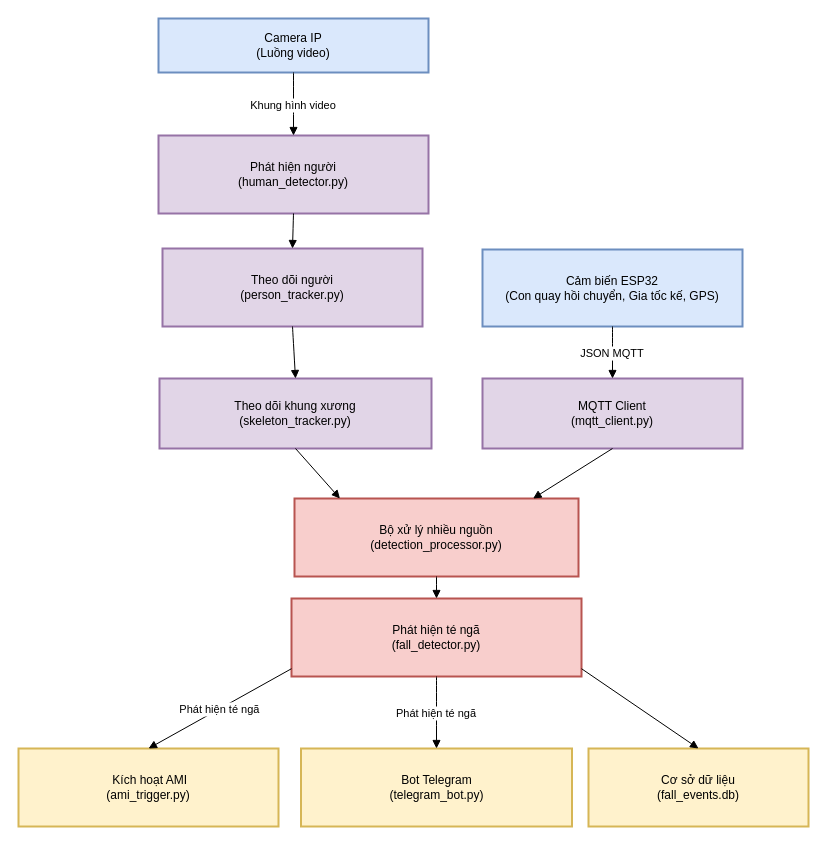
The draw.io diagram figures/server_flow.drawio in wikibird2024/thesis_latex, before the edit. Source tidied: cells renumbered, new cells numbered last; positions are measured from the earlier drawing's top-left corner, leaving out a move shared by most shapes. Both pictures are drawn from the tidied source at 100%, with x=0, y=0 at pixel (18, 18).
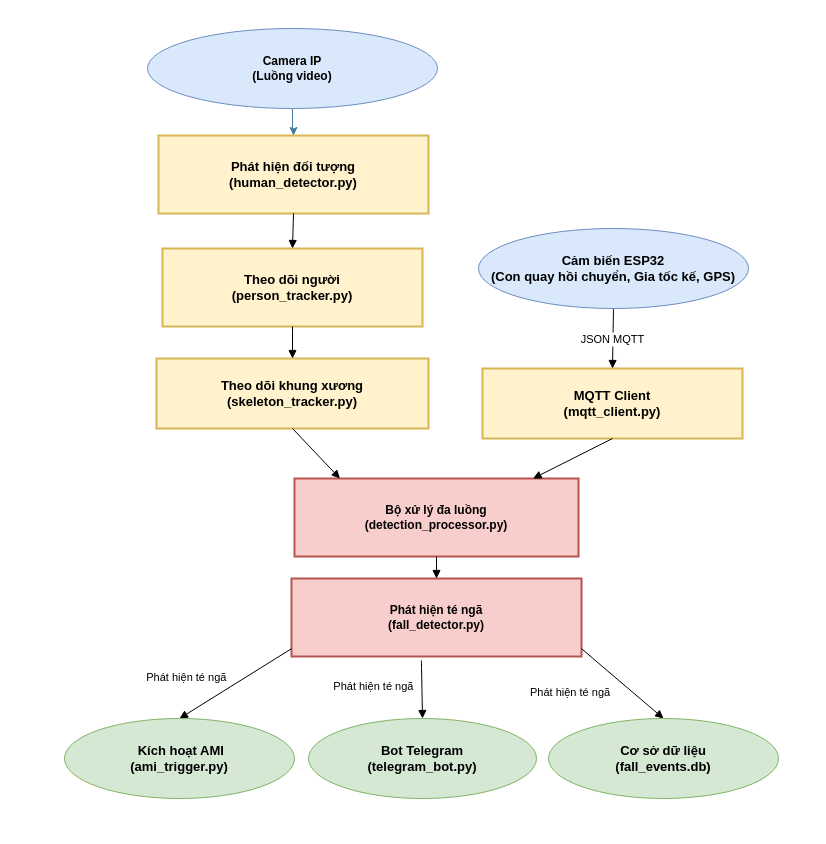
The same page after the edit.

What changed in the source:
```diff
@@
-    <mxCell id="2" value="Cảm biến ESP32&#10;(Con quay hồi chuyển, Gia tốc kế, GPS)" style="whiteSpace=wrap;strokeWidth=2;fillColor=#dae8fc;strokeColor=#6c8ebf;" parent="1" vertex="1">
-      <mxGeometry x="464" y="231" width="260" height="77" as="geometry" />
-    </mxCell>
-    <mxCell id="3" value="Camera IP&#10;(Luồng video)" style="whiteSpace=wrap;strokeWidth=2;fillColor=#dae8fc;strokeColor=#6c8ebf;" parent="1" vertex="1">
-      <mxGeometry x="140" width="270" height="54" as="geometry" />
-    </mxCell>
-    <mxCell id="4" value="MQTT Client&#10;(mqtt_client.py)" style="whiteSpace=wrap;strokeWidth=2;fillColor=#e1d5e7;strokeColor=#9673a6;" parent="1" vertex="1">
-      <mxGeometry x="464" y="360" width="260" height="70" as="geometry" />
+    <mxCell id="4" value="MQTT Client&#10;(mqtt_client.py)" style="whiteSpace=wrap;strokeWidth=2;fillColor=#fff2cc;strokeColor=#d6b656;fontSize=13;fontStyle=1;" parent="1" vertex="1">
+      <mxGeometry x="464" y="350" width="260" height="70" as="geometry" />
     </mxCell>
-    <mxCell id="5" value="Phát hiện người&#10;(human_detector.py)" style="whiteSpace=wrap;strokeWidth=2;fillColor=#e1d5e7;strokeColor=#9673a6;" parent="1" vertex="1">
+    <mxCell id="5" value="Phát hiện đối tượng&#10;(human_detector.py)" style="whiteSpace=wrap;strokeWidth=2;fillColor=#fff2cc;strokeColor=#d6b656;fontSize=13;fontStyle=1;" parent="1" vertex="1">
       <mxGeometry x="140" y="117" width="270" height="78" as="geometry" />
     </mxCell>
-    <mxCell id="6" value="Theo dõi khung xương&#10;(skeleton_tracker.py)" style="whiteSpace=wrap;strokeWidth=2;fillColor=#e1d5e7;strokeColor=#9673a6;" parent="1" vertex="1">
-      <mxGeometry x="141" y="360" width="272" height="70" as="geometry" />
+    <mxCell id="6" value="Theo dõi khung xương&#10;(skeleton_tracker.py)" style="whiteSpace=wrap;strokeWidth=2;fillColor=#fff2cc;strokeColor=#d6b656;fontStyle=1;fontSize=13;" parent="1" vertex="1">
+      <mxGeometry x="138" y="340" width="272" height="70" as="geometry" />
     </mxCell>
-    <mxCell id="7" value="Theo dõi người&#10;(person_tracker.py)" style="whiteSpace=wrap;strokeWidth=2;fillColor=#e1d5e7;strokeColor=#9673a6;" parent="1" vertex="1">
+    <mxCell id="7" value="Theo dõi người&#10;(person_tracker.py)" style="whiteSpace=wrap;strokeWidth=2;fillColor=#fff2cc;strokeColor=#d6b656;fontSize=13;fontStyle=1;" parent="1" vertex="1">
       <mxGeometry x="144" y="230" width="260" height="78" as="geometry" />
     </mxCell>
-    <mxCell id="8" value="Bộ xử lý nhiều nguồn&#10;(detection_processor.py)" style="whiteSpace=wrap;strokeWidth=2;fillColor=#f8cecc;strokeColor=#b85450;" parent="1" vertex="1">
-      <mxGeometry x="276" y="480" width="284" height="78" as="geometry" />
+    <mxCell id="8" value="Bộ xử lý đa luồng&#10;(detection_processor.py)" style="whiteSpace=wrap;strokeWidth=2;fillColor=#f8cecc;strokeColor=#b85450;fontStyle=1;" parent="1" vertex="1">
+      <mxGeometry x="276" y="460" width="284" height="78" as="geometry" />
     </mxCell>
-    <mxCell id="9" value="Phát hiện té ngã&#10;(fall_detector.py)" style="whiteSpace=wrap;strokeWidth=2;fillColor=#f8cecc;strokeColor=#b85450;" parent="1" vertex="1">
-      <mxGeometry x="273" y="580" width="290" height="78" as="geometry" />
+    <mxCell id="9" value="Phát hiện té ngã&#10;(fall_detector.py)" style="whiteSpace=wrap;strokeWidth=2;fillColor=#f8cecc;strokeColor=#b85450;fontStyle=1;" parent="1" vertex="1">
+      <mxGeometry x="273" y="560" width="290" height="78" as="geometry" />
     </mxCell>
-    <mxCell id="10" value=" Kích hoạt AMI&#10;(ami_trigger.py)" style="whiteSpace=wrap;strokeWidth=2;fillColor=#fff2cc;strokeColor=#d6b656;" parent="1" vertex="1">
-      <mxGeometry y="730" width="260" height="78" as="geometry" />
-    </mxCell>
-    <mxCell id="11" value="Bot Telegram&#10;(telegram_bot.py)" style="whiteSpace=wrap;strokeWidth=2;fillColor=#fff2cc;strokeColor=#d6b656;" parent="1" vertex="1">
-      <mxGeometry x="282.5" y="730" width="271" height="78" as="geometry" />
-    </mxCell>
-    <mxCell id="12" value="Cơ sở dữ liệu&#10;(fall_events.db)" style="whiteSpace=wrap;strokeWidth=2;fillColor=#fff2cc;strokeColor=#d6b656;" parent="1" vertex="1">
-      <mxGeometry x="570" y="730" width="220" height="78" as="geometry" />
-    </mxCell>
-    <mxCell id="13" value="JSON MQTT" style="curved=1;startArrow=none;endArrow=block;exitX=0.5;exitY=1;entryX=0.5;entryY=0;rounded=0;" parent="1" edge="1" source="2" target="4">
+    <mxCell id="13" value="JSON MQTT" style="curved=1;startArrow=none;endArrow=block;exitX=0.5;exitY=1;entryX=0.5;entryY=0;rounded=0;exitDx=0;exitDy=0;" parent="1" edge="1" source="2" target="4">
       <mxGeometry relative="1" as="geometry" />
     </mxCell>
-    <mxCell id="14" value="Khung hình video" style="curved=1;startArrow=none;endArrow=block;exitX=0.5;exitY=1;entryX=0.5;entryY=0;rounded=0;" parent="1" edge="1" source="3" target="5">
-      <mxGeometry relative="1" as="geometry" />
-    </mxCell>
@@
-    <mxCell id="20" value="Phát hiện té ngã" style="startArrow=none;endArrow=block;exitX=0;exitY=0.9;entryX=0.5;entryY=0;rounded=0;" parent="1" edge="1" source="9" target="10">
-      <mxGeometry relative="1" as="geometry" />
+    <mxCell id="20" value="Phát hiện té ngã" style="startArrow=none;endArrow=block;exitX=0;exitY=0.9;rounded=0;entryX=0.5;entryY=0;entryDx=0;entryDy=0;" parent="1" edge="1" source="9" target="10">
+      <mxGeometry x="0.58" y="-31" relative="1" as="geometry" />
     </mxCell>
-    <mxCell id="21" value="Phát hiện té ngã" style="curved=1;startArrow=none;endArrow=block;exitX=0.5;exitY=1;entryX=0.5;entryY=0;rounded=0;" parent="1" edge="1" source="9" target="11">
-      <mxGeometry relative="1" as="geometry" />
+    <mxCell id="21" value="Phát hiện té ngã" style="curved=1;startArrow=none;endArrow=block;entryX=0.5;entryY=0;rounded=0;entryDx=0;entryDy=0;exitX=0.448;exitY=1.051;exitDx=0;exitDy=0;exitPerimeter=0;" parent="1" edge="1" source="9" target="11">
+      <mxGeometry x="-0.15" y="-48" relative="1" as="geometry" />
     </mxCell>
-    <mxCell id="22" style="startArrow=none;endArrow=block;exitX=1;exitY=0.9;entryX=0.5;entryY=0;rounded=0;" parent="1" edge="1" source="9" target="12">
+    <mxCell id="22" style="startArrow=none;endArrow=block;exitX=1;exitY=0.9;entryX=0.5;entryY=0;rounded=0;entryDx=0;entryDy=0;" parent="1" edge="1" source="9" target="12">
       <mxGeometry relative="1" as="geometry" />
     </mxCell>
+    <mxCell id="14" style="edgeStyle=orthogonalEdgeStyle;rounded=0;jettySize=auto;html=1;entryX=0.5;entryY=0;entryDx=0;entryDy=0;strokeColor=#457B9D;fontColor=#0E1A2A;fillColor=#A8DADC;" parent="1" edge="1" source="3" target="5">
+      <mxGeometry relative="1" as="geometry" />
+    </mxCell>
+    <mxCell id="3" value="&lt;span style=&quot;color: rgb(0, 0, 0);&quot;&gt;Camera IP&lt;/span&gt;&lt;br style=&quot;padding: 0px; margin: 0px; color: rgb(0, 0, 0);&quot;&gt;&lt;span style=&quot;color: rgb(0, 0, 0);&quot;&gt;(Luồng video)&lt;/span&gt;" style="ellipse;whiteSpace=wrap;html=1;fontStyle=1;fillColor=#dae8fc;strokeColor=#6c8ebf;" parent="1" vertex="1">
+      <mxGeometry x="129" y="10" width="290" height="80" as="geometry" />
+    </mxCell>
+    <mxCell id="2" value="&lt;b&gt;&lt;span style=&quot;color: rgb(0, 0, 0); font-size: 13px;&quot;&gt;Cảm biến ESP32&lt;/span&gt;&lt;br style=&quot;padding: 0px; margin: 0px; color: rgb(0, 0, 0); font-size: 13px;&quot;&gt;&lt;span style=&quot;color: rgb(0, 0, 0); font-size: 13px;&quot;&gt;(Con quay hồi chuyển, Gia tốc kế, GPS)&lt;/span&gt;&lt;/b&gt;" style="ellipse;whiteSpace=wrap;html=1;strokeColor=#6c8ebf;fillColor=#dae8fc;" parent="1" vertex="1">
+      <mxGeometry x="460" y="210" width="270" height="80" as="geometry" />
+    </mxCell>
+    <mxCell id="10" value="&lt;b&gt;&lt;font style=&quot;font-size: 13px;&quot;&gt;&lt;span style=&quot;color: rgb(0, 0, 0);&quot;&gt;&amp;nbsp;Kích hoạt AMI&lt;/span&gt;&lt;br style=&quot;padding: 0px; margin: 0px; color: rgb(0, 0, 0);&quot;&gt;&lt;span style=&quot;color: rgb(0, 0, 0);&quot;&gt;(ami_trigger.py)&lt;/span&gt;&lt;/font&gt;&lt;/b&gt;" style="ellipse;whiteSpace=wrap;html=1;strokeColor=#82b366;fillColor=#d5e8d4;" parent="1" vertex="1">
+      <mxGeometry x="46" y="700" width="230" height="80" as="geometry" />
+    </mxCell>
+    <mxCell id="11" value="&lt;b&gt;&lt;font style=&quot;font-size: 13px;&quot;&gt;&lt;span style=&quot;color: rgb(0, 0, 0);&quot;&gt;Bot Telegram&lt;/span&gt;&lt;br style=&quot;padding: 0px; margin: 0px; color: rgb(0, 0, 0);&quot;&gt;&lt;span style=&quot;color: rgb(0, 0, 0);&quot;&gt;(telegram_bot.py)&lt;/span&gt;&lt;/font&gt;&lt;/b&gt;" style="ellipse;whiteSpace=wrap;html=1;strokeColor=#82b366;fillColor=#d5e8d4;" parent="1" vertex="1">
+      <mxGeometry x="290" y="700" width="228" height="80" as="geometry" />
+    </mxCell>
+    <mxCell id="12" value="&lt;b&gt;&lt;font style=&quot;font-size: 13px;&quot;&gt;&lt;span style=&quot;color: rgb(0, 0, 0);&quot;&gt;Cơ sở dữ liệu&lt;/span&gt;&lt;br style=&quot;padding: 0px; margin: 0px; color: rgb(0, 0, 0);&quot;&gt;&lt;span style=&quot;color: rgb(0, 0, 0);&quot;&gt;(fall_events.db)&lt;/span&gt;&lt;/font&gt;&lt;/b&gt;" style="ellipse;whiteSpace=wrap;html=1;strokeColor=#82b366;fillColor=#d5e8d4;" parent="1" vertex="1">
+      <mxGeometry x="530" y="700" width="230" height="80" as="geometry" />
+    </mxCell>
+    <mxCell id="23" value="&lt;span style=&quot;color: rgb(0, 0, 0); font-family: Helvetica; font-size: 11px; font-style: normal; font-variant-ligatures: normal; font-variant-caps: normal; font-weight: 400; letter-spacing: normal; orphans: 2; text-align: center; text-indent: 0px; text-transform: none; widows: 2; word-spacing: 0px; -webkit-text-stroke-width: 0px; white-space: nowrap; background-color: rgb(255, 255, 255); text-decoration-thickness: initial; text-decoration-style: initial; text-decoration-color: initial; display: inline !important; float: none;&quot;&gt;Phát hiện té ngã&lt;/span&gt;" style="text;whiteSpace=wrap;html=1;fontColor=#1D3557;" parent="1" vertex="1">
+      <mxGeometry x="510" y="660" width="110" height="40" as="geometry" />
+    </mxCell>
```
